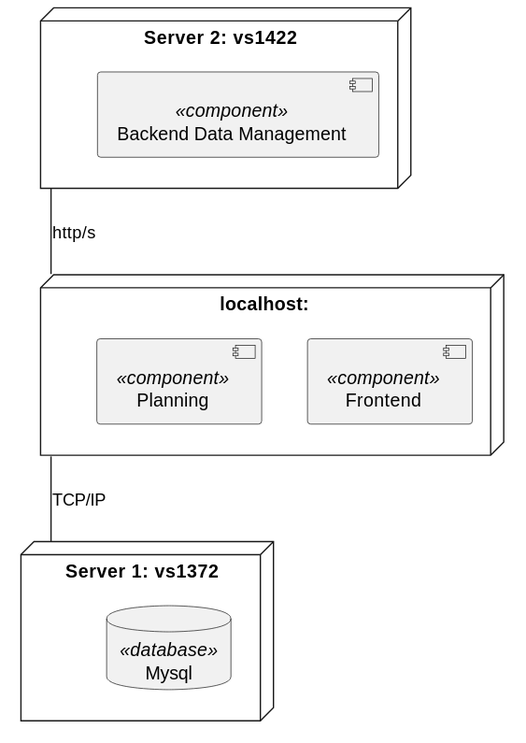
The PlantUML diagram docs/views/level2/physical-view.svg in 1220846/sem5pi-24-25-3ddg20, before a commit.
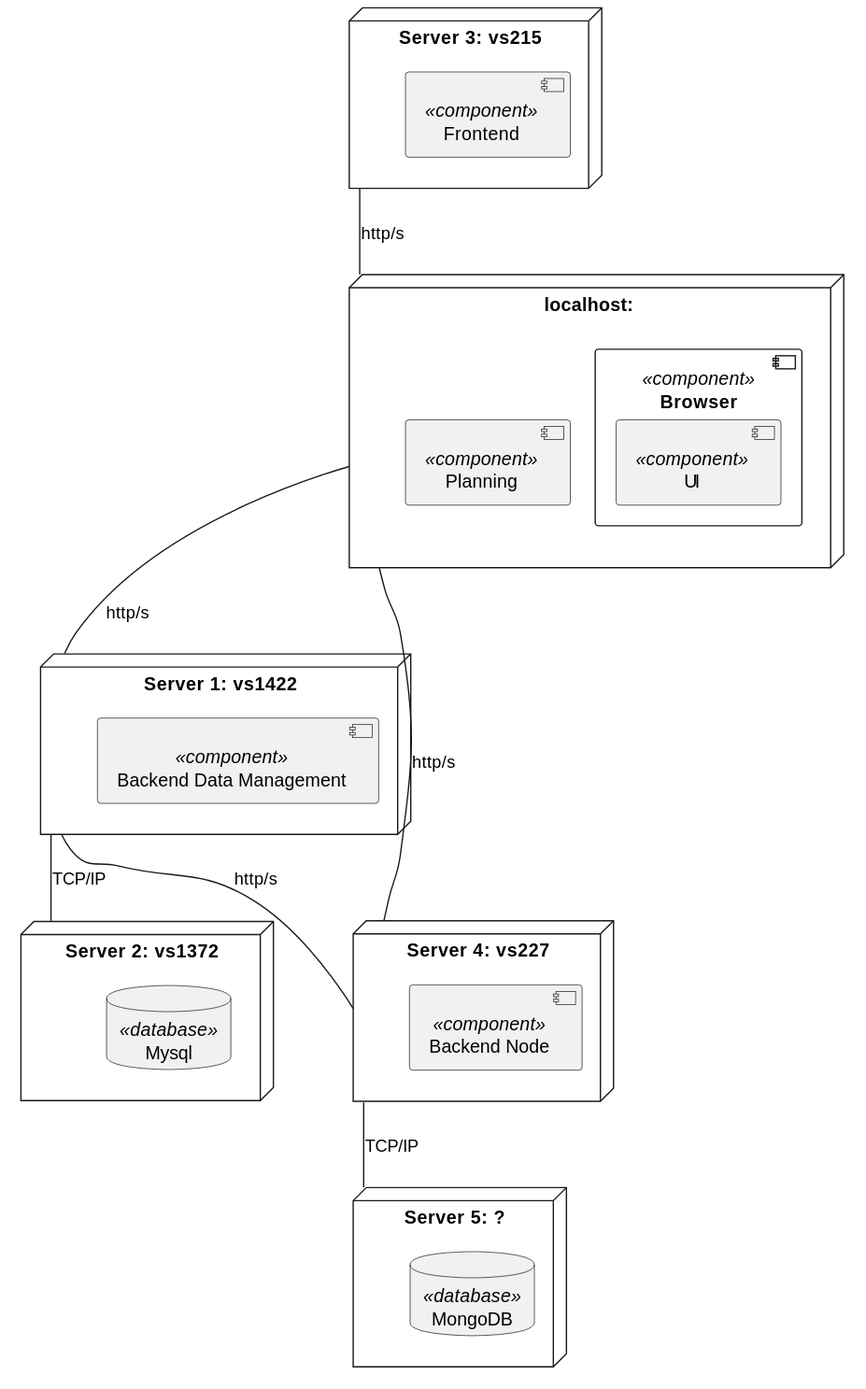
After the commit.

Change to the diagram source:
```diff
@@ -1,24 +1,49 @@
 @startuml
 node "localhost: " as LOCALHOST {
 
-  component "Frontend" as Frontend <<component>>{
+  component "Planning" as Planning <<component>>  {
   }
 
-  component "Planning" as Planning <<component>>  {
+  component "Browser" as Browser <<component>>  {
+
+    component "UI" as UI <<component>>
   }
 }
 
-node "Server 2: vs1422" as Server {
+node "Server 1: vs1422" as Server {
 
   component "Backend Data Management" as BackendDataManagement <<component>> {
   }
 }
 
-node "Server 1: vs1372" as Server2 {
+node "Server 2: vs1372" as Server2 {
     database "Mysql" as Database <<database>> {
   }
 }
 
-LOCALHOST -u- Server : http/s
-LOCALHOST -- Server2 : TCP/IP
+node "Server 3: vs215" as Server3 {
+
+  component "Frontend" as Frontend <<component>> {
+  }
+}
+
+
+node "Server 4: vs227" as Server4 {
+
+  component "Backend Node" as BackendNode <<component>> {
+  }
+}
+
+node "Server 5: ?" as Server5 {
+
+  database "MongoDB" as MongoDB <<database>> {
+  }
+}
+
+LOCALHOST -- Server : http/s
+Server -- Server4 : http/s
+Server3 -- LOCALHOST : http/s
+Server4 -- LOCALHOST : http/s
+Server -- Server2 : TCP/IP
+Server4 -- Server5 : TCP/IP
 @enduml
```
